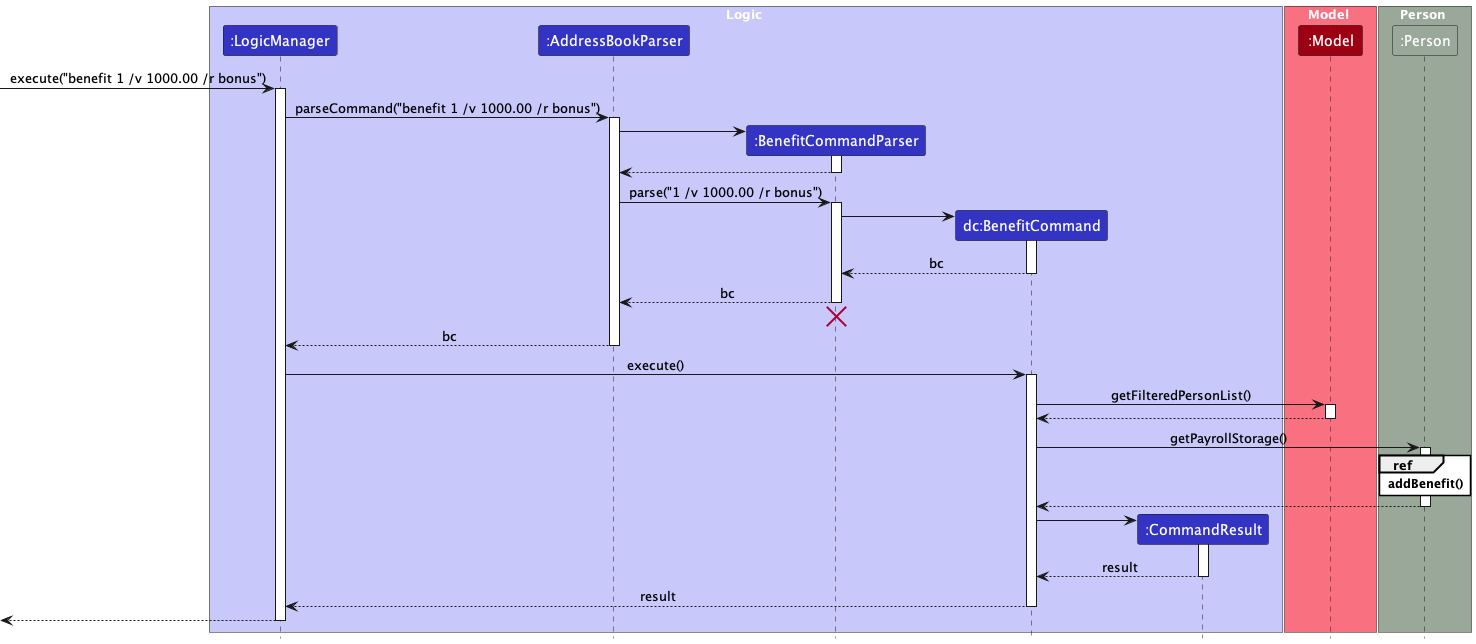
The PlantUML diagram docs/images/AddBenefitSequenceDiagram.png in nus-cs2103-AY2324S1/tp, before a commit.
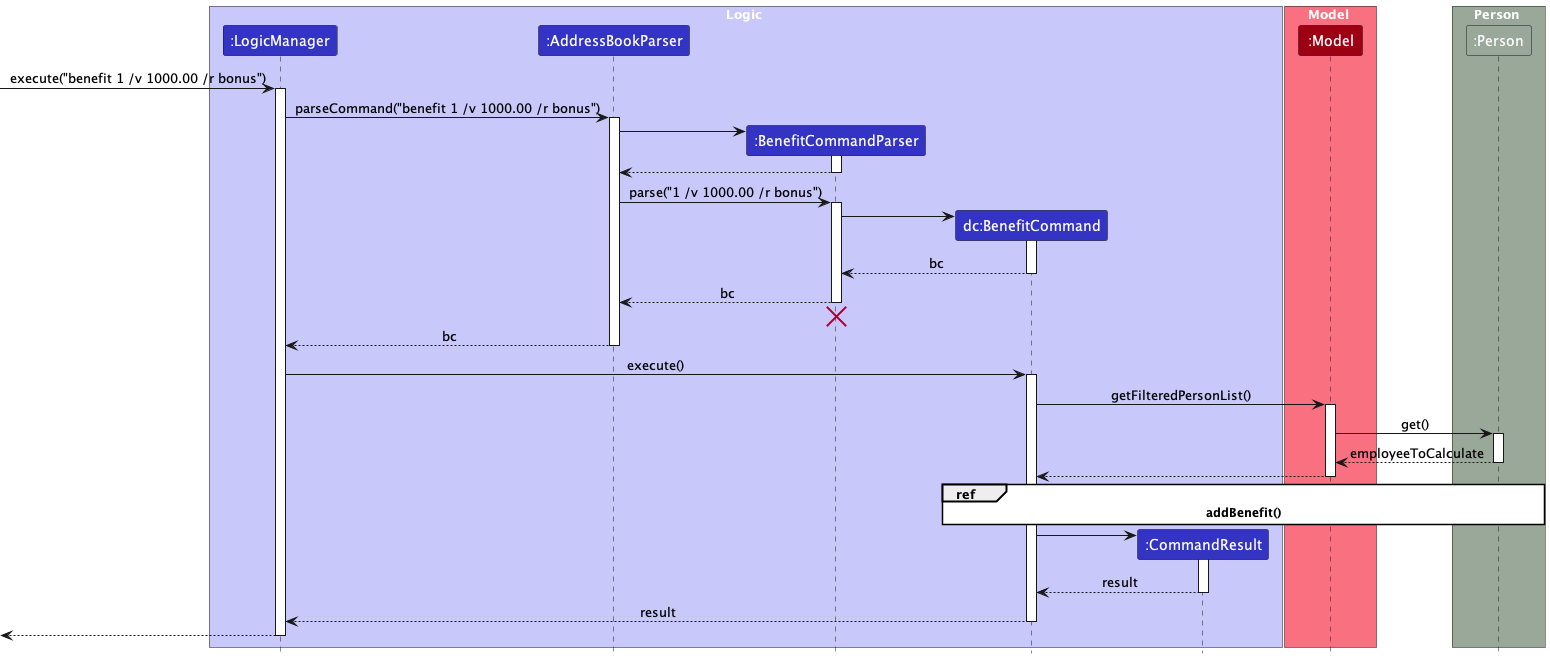
Later version of the same file.

What changed in the source:
```diff
@@ -56,16 +56,15 @@
 BenefitCommand -> Model : getFilteredPersonList()
 activate Model
 
+Model -> Person : get()
+activate Person
+Person --> Model : employeeToCalculate
+deactivate Person
+
 Model --> BenefitCommand:
 deactivate Model
 
-BenefitCommand -> Person : getPayrollStorage()
-activate Person
-
-ref over Person : **addBenefit()**
-
-Person --> BenefitCommand :
-deactivate Person
+ref over BenefitCommand, Person: **addBenefit()**
 
 create CommandResult
 BenefitCommand -> CommandResult
```
